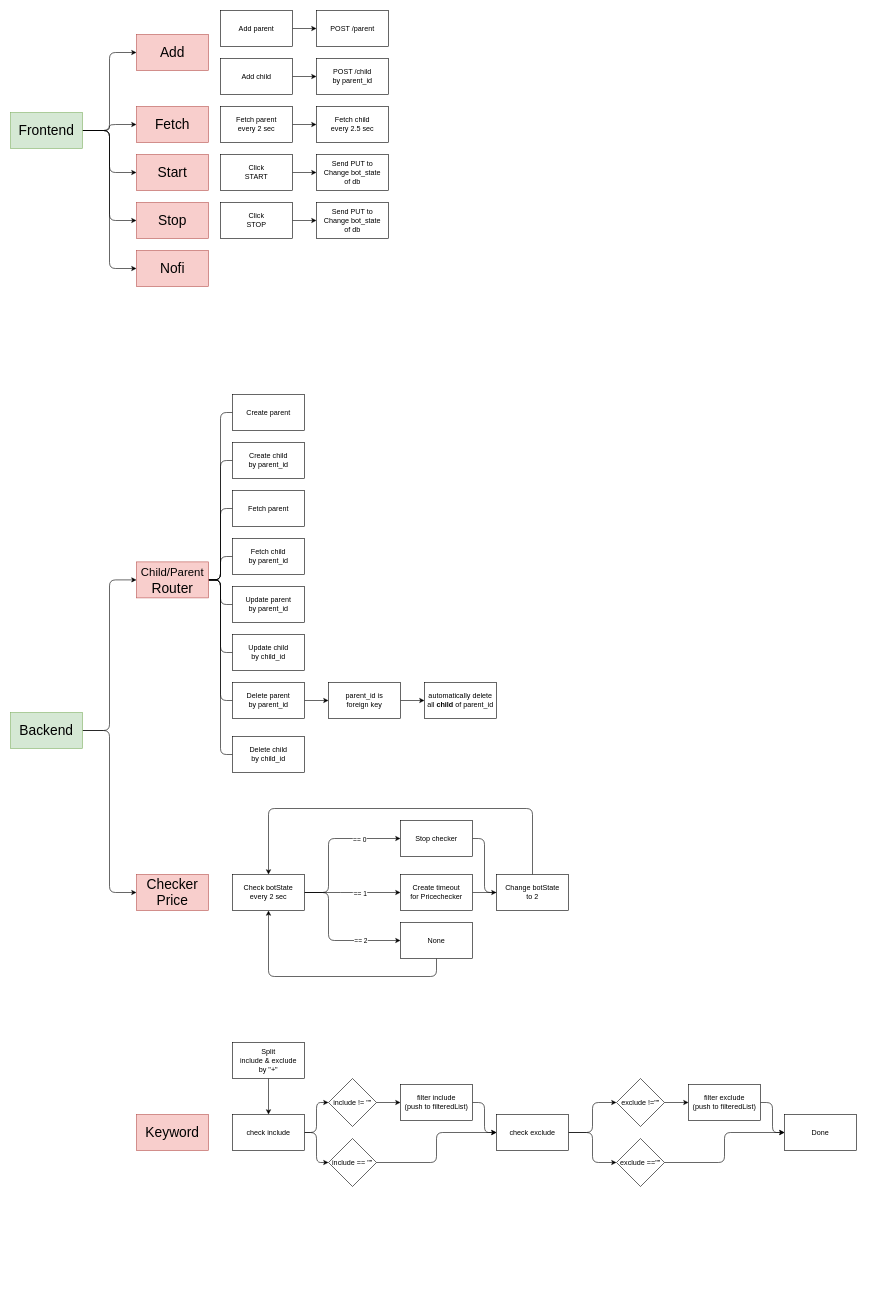
The draw.io diagram flow.drawio in neat1144/ro-price-bot, before the edit. Source tidied: cells renumbered, new cells numbered last; positions are measured from the earlier drawing's top-left corner, leaving out a move shared by most shapes. Both pictures are drawn from the tidied source at 60%, with x=0, y=0 at pixel (10, 10).
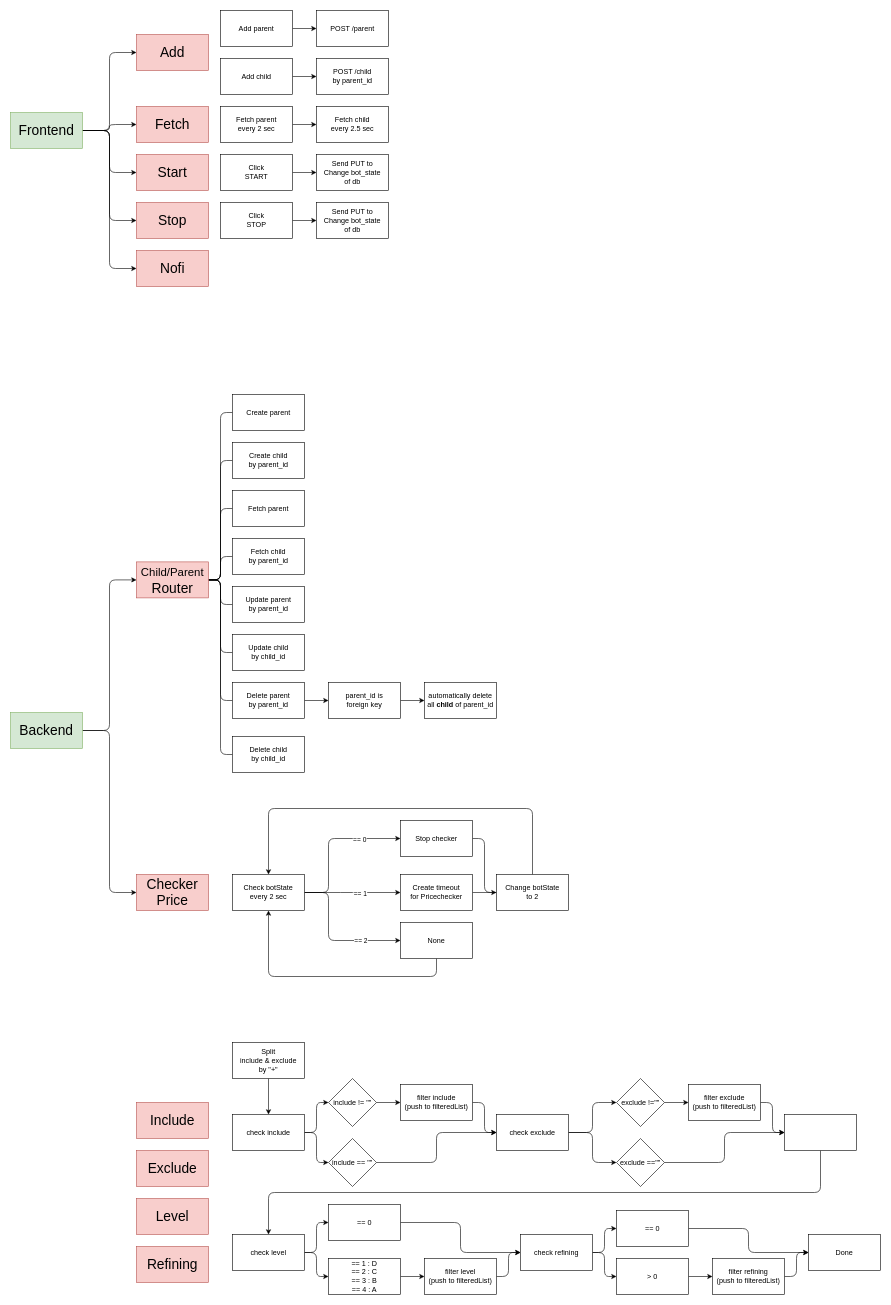
The same page after the edit.

Commit message (it also covers changes not shown here):
update frontend of level and refine

Change to the diagram source:
```diff
@@
-    <mxCell id="68" value="Keyword" style="text;html=1;strokeColor=#b85450;fillColor=#f8cecc;align=center;verticalAlign=middle;whiteSpace=wrap;rounded=0;fontSize=23;" parent="1" vertex="1">
-      <mxGeometry x="210" y="1840" width="120" height="60" as="geometry" />
+    <mxCell id="68" value="Exclude" style="text;html=1;strokeColor=#b85450;fillColor=#f8cecc;align=center;verticalAlign=middle;whiteSpace=wrap;rounded=0;fontSize=23;" parent="1" vertex="1">
+      <mxGeometry x="210" y="1900" width="120" height="60" as="geometry" />
     </mxCell>
@@
+    <mxCell id="90" style="edgeStyle=orthogonalEdgeStyle;html=1;exitX=0.5;exitY=1;exitDx=0;exitDy=0;entryX=0.5;entryY=0;entryDx=0;entryDy=0;fontSize=18;" parent="1" edge="1" source="87" target="102">
+      <mxGeometry relative="1" as="geometry" />
+    </mxCell>
-    <mxCell id="87" value="Done" style="rounded=0;whiteSpace=wrap;html=1;fontSize=12;" parent="1" vertex="1">
+    <mxCell id="87" style="rounded=0;whiteSpace=wrap;html=1;fontSize=12;" parent="1" vertex="1">
       <mxGeometry x="1290" y="1840" width="120" height="60" as="geometry" />
     </mxCell>
@@
+    <mxCell id="91" value="Level" style="text;html=1;strokeColor=#b85450;fillColor=#f8cecc;align=center;verticalAlign=middle;whiteSpace=wrap;rounded=0;fontSize=23;" parent="1" vertex="1">
+      <mxGeometry x="210" y="1980" width="120" height="60" as="geometry" />
+    </mxCell>
+    <mxCell id="92" value="Refining" style="text;html=1;strokeColor=#b85450;fillColor=#f8cecc;align=center;verticalAlign=middle;whiteSpace=wrap;rounded=0;fontSize=23;" parent="1" vertex="1">
+      <mxGeometry x="210" y="2060" width="120" height="60" as="geometry" />
+    </mxCell>
+    <mxCell id="93" style="edgeStyle=orthogonalEdgeStyle;html=1;exitX=1;exitY=0.5;exitDx=0;exitDy=0;entryX=0;entryY=0.5;entryDx=0;entryDy=0;fontSize=18;" parent="1" edge="1" source="95" target="97">
+      <mxGeometry relative="1" as="geometry" />
+    </mxCell>
+    <mxCell id="94" style="edgeStyle=orthogonalEdgeStyle;html=1;exitX=1;exitY=0.5;exitDx=0;exitDy=0;entryX=0;entryY=0.5;entryDx=0;entryDy=0;fontSize=18;" parent="1" edge="1" source="95" target="99">
+      <mxGeometry relative="1" as="geometry" />
+    </mxCell>
+    <mxCell id="95" value="check refining" style="rounded=0;whiteSpace=wrap;html=1;fontSize=12;" parent="1" vertex="1">
+      <mxGeometry x="850" y="2040" width="120" height="60" as="geometry" />
+    </mxCell>
+    <mxCell id="96" style="edgeStyle=orthogonalEdgeStyle;html=1;exitX=1;exitY=0.5;exitDx=0;exitDy=0;entryX=0;entryY=0.5;entryDx=0;entryDy=0;fontSize=18;" parent="1" edge="1" source="97" target="111">
+      <mxGeometry relative="1" as="geometry" />
+    </mxCell>
+    <mxCell id="97" value="== 0" style="rounded=0;whiteSpace=wrap;html=1;fontSize=12;" parent="1" vertex="1">
+      <mxGeometry x="1010" y="2000" width="120" height="60" as="geometry" />
+    </mxCell>
+    <mxCell id="98" style="edgeStyle=orthogonalEdgeStyle;html=1;exitX=1;exitY=0.5;exitDx=0;exitDy=0;entryX=0;entryY=0.5;entryDx=0;entryDy=0;fontSize=18;" parent="1" edge="1" source="99" target="110">
+      <mxGeometry relative="1" as="geometry" />
+    </mxCell>
+    <mxCell id="99" value="&amp;gt; 0" style="rounded=0;whiteSpace=wrap;html=1;fontSize=12;" parent="1" vertex="1">
+      <mxGeometry x="1010" y="2080" width="120" height="60" as="geometry" />
+    </mxCell>
+    <mxCell id="100" style="edgeStyle=orthogonalEdgeStyle;html=1;exitX=1;exitY=0.5;exitDx=0;exitDy=0;entryX=0;entryY=0.5;entryDx=0;entryDy=0;fontSize=18;" parent="1" edge="1" source="102" target="104">
+      <mxGeometry relative="1" as="geometry" />
+    </mxCell>
+    <mxCell id="101" style="edgeStyle=orthogonalEdgeStyle;html=1;exitX=1;exitY=0.5;exitDx=0;exitDy=0;entryX=0;entryY=0.5;entryDx=0;entryDy=0;fontSize=18;" parent="1" edge="1" source="102" target="106">
+      <mxGeometry relative="1" as="geometry" />
+    </mxCell>
+    <mxCell id="102" value="check level" style="rounded=0;whiteSpace=wrap;html=1;fontSize=12;" parent="1" vertex="1">
+      <mxGeometry x="370" y="2040" width="120" height="60" as="geometry" />
+    </mxCell>
+    <mxCell id="103" style="edgeStyle=orthogonalEdgeStyle;html=1;exitX=1;exitY=0.5;exitDx=0;exitDy=0;entryX=0;entryY=0.5;entryDx=0;entryDy=0;fontSize=18;" parent="1" edge="1" source="104" target="95">
+      <mxGeometry relative="1" as="geometry" />
+    </mxCell>
+    <mxCell id="104" value="== 0" style="rounded=0;whiteSpace=wrap;html=1;fontSize=12;" parent="1" vertex="1">
+      <mxGeometry x="530" y="1990" width="120" height="60" as="geometry" />
+    </mxCell>
+    <mxCell id="105" style="edgeStyle=orthogonalEdgeStyle;html=1;exitX=1;exitY=0.5;exitDx=0;exitDy=0;entryX=0;entryY=0.5;entryDx=0;entryDy=0;fontSize=18;" parent="1" edge="1" source="106" target="108">
+      <mxGeometry relative="1" as="geometry" />
+    </mxCell>
+    <mxCell id="106" value="== 1 : D&lt;br&gt;== 2 : C&lt;br&gt;== 3 : B&lt;br&gt;== 4 : A" style="rounded=0;whiteSpace=wrap;html=1;fontSize=12;" parent="1" vertex="1">
+      <mxGeometry x="530" y="2080" width="120" height="60" as="geometry" />
+    </mxCell>
+    <mxCell id="107" style="edgeStyle=orthogonalEdgeStyle;html=1;exitX=1;exitY=0.5;exitDx=0;exitDy=0;entryX=0;entryY=0.5;entryDx=0;entryDy=0;fontSize=18;" parent="1" edge="1" source="108" target="95">
+      <mxGeometry relative="1" as="geometry" />
+    </mxCell>
+    <mxCell id="108" value="filter level&lt;br&gt;(push to filteredList)" style="rounded=0;whiteSpace=wrap;html=1;fontSize=12;" parent="1" vertex="1">
+      <mxGeometry x="690" y="2080" width="120" height="60" as="geometry" />
+    </mxCell>
+    <mxCell id="109" style="edgeStyle=orthogonalEdgeStyle;html=1;exitX=1;exitY=0.5;exitDx=0;exitDy=0;entryX=0;entryY=0.5;entryDx=0;entryDy=0;fontSize=18;" parent="1" edge="1" source="110" target="111">
+      <mxGeometry relative="1" as="geometry" />
+    </mxCell>
+    <mxCell id="110" value="filter refining&lt;br style=&quot;border-color: var(--border-color);&quot;&gt;(push to filteredList)" style="rounded=0;whiteSpace=wrap;html=1;fontSize=12;" parent="1" vertex="1">
+      <mxGeometry x="1170" y="2080" width="120" height="60" as="geometry" />
+    </mxCell>
+    <mxCell id="111" value="Done" style="rounded=0;whiteSpace=wrap;html=1;fontSize=12;" parent="1" vertex="1">
+      <mxGeometry x="1330" y="2040" width="120" height="60" as="geometry" />
+    </mxCell>
+    <mxCell id="112" value="Include" style="text;html=1;strokeColor=#b85450;fillColor=#f8cecc;align=center;verticalAlign=middle;whiteSpace=wrap;rounded=0;fontSize=23;" parent="1" vertex="1">
+      <mxGeometry x="210" y="1820" width="120" height="60" as="geometry" />
+    </mxCell>
```
